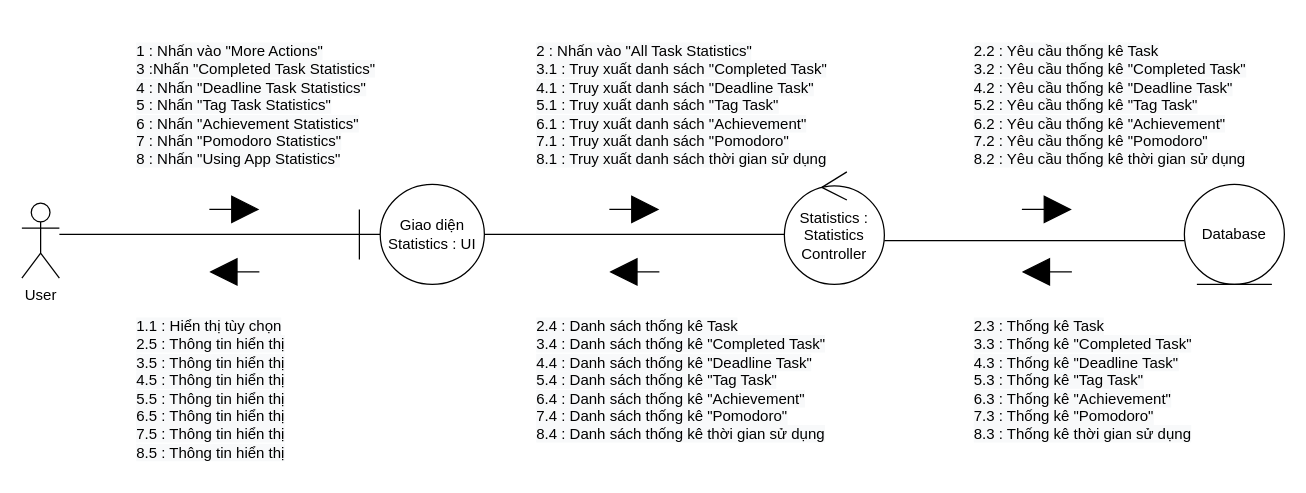
Earlier version of the draw.io diagram ToDoApp-Doc/Document/Diagram/Collaboration Diagram/Statistics/Statistics_CollaborationDiagram.drawio (Merevoli-DatLuu/To-Do-App). Source tidied: cells renumbered, new cells numbered last; positions are measured from the earlier drawing's top-left corner, leaving out a move shared by most shapes. Both pictures are drawn from the tidied source at 125%, with x=0, y=0 at pixel (21, 34).
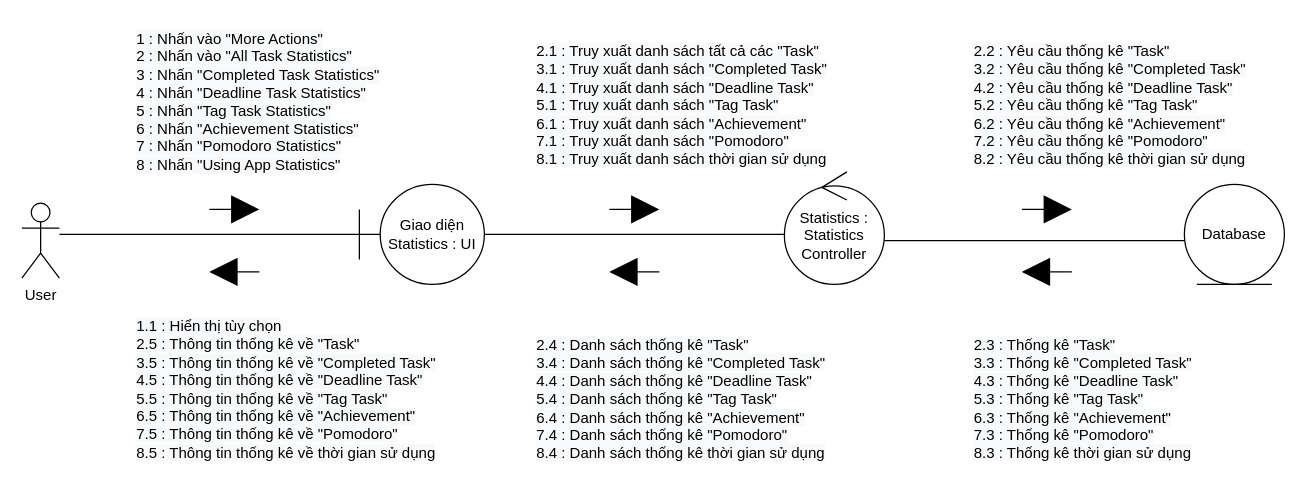
After the change.

Commit message:
[Modified] : Statistics_CollaborationDiagram

What changed in the source:
```diff
@@
-    <mxCell id="16" value="&lt;span style=&quot;color: rgb(0 , 0 , 0) ; font-family: &amp;#34;helvetica&amp;#34; ; font-size: 12px ; font-style: normal ; font-weight: 400 ; letter-spacing: normal ; text-indent: 0px ; text-transform: none ; word-spacing: 0px ; background-color: rgb(248 , 249 , 250) ; display: inline ; float: none&quot;&gt;1 : Nhấn vào &quot;More Actions&quot;&lt;br&gt;&lt;span style=&quot;font-family: &amp;#34;helvetica&amp;#34;&quot;&gt;3 :Nhấn &quot;Completed Task Statistics&quot;&lt;br&gt;&lt;/span&gt;&lt;span style=&quot;font-family: &amp;#34;helvetica&amp;#34;&quot;&gt;4 : Nhấn &quot;Deadline Task Statistics&quot;&lt;br&gt;&lt;/span&gt;&lt;span style=&quot;font-family: &amp;#34;helvetica&amp;#34;&quot;&gt;5 : Nhấn &quot;Tag Task Statistics&quot;&lt;br&gt;&lt;/span&gt;&lt;span style=&quot;font-family: &amp;#34;helvetica&amp;#34;&quot;&gt;6 : Nhấn &quot;Achievement Statistics&quot;&lt;br&gt;&lt;/span&gt;&lt;span style=&quot;font-family: &amp;#34;helvetica&amp;#34;&quot;&gt;7 : Nhấn &quot;Pomodoro Statistics&quot;&lt;br&gt;&lt;/span&gt;&lt;span style=&quot;font-family: &amp;#34;helvetica&amp;#34;&quot;&gt;8 : Nhấn &quot;Using App Statistics&quot;&lt;/span&gt;&lt;br&gt;&lt;/span&gt;" style="text;whiteSpace=wrap;html=1;" parent="1" vertex="1">
-      <mxGeometry x="90" width="200" height="100" as="geometry" />
+    <mxCell id="16" value="&lt;span style=&quot;color: rgb(0 , 0 , 0) ; font-family: &amp;#34;helvetica&amp;#34; ; font-size: 12px ; font-style: normal ; font-weight: 400 ; letter-spacing: normal ; text-indent: 0px ; text-transform: none ; word-spacing: 0px ; background-color: rgb(248 , 249 , 250) ; display: inline ; float: none&quot;&gt;1 : Nhấn vào &quot;More Actions&quot;&lt;br&gt;2 : Nhấn vào &quot;All Task Statistics&quot;&lt;br&gt;&lt;span style=&quot;font-family: &amp;#34;helvetica&amp;#34;&quot;&gt;3 : Nhấn &quot;Completed Task Statistics&quot;&lt;br&gt;&lt;/span&gt;&lt;span style=&quot;font-family: &amp;#34;helvetica&amp;#34;&quot;&gt;4 : Nhấn &quot;Deadline Task Statistics&quot;&lt;br&gt;&lt;/span&gt;&lt;span style=&quot;font-family: &amp;#34;helvetica&amp;#34;&quot;&gt;5 : Nhấn &quot;Tag Task Statistics&quot;&lt;br&gt;&lt;/span&gt;&lt;span style=&quot;font-family: &amp;#34;helvetica&amp;#34;&quot;&gt;6 : Nhấn &quot;Achievement Statistics&quot;&lt;br&gt;&lt;/span&gt;&lt;span style=&quot;font-family: &amp;#34;helvetica&amp;#34;&quot;&gt;7 : Nhấn &quot;Pomodoro Statistics&quot;&lt;br&gt;&lt;/span&gt;&lt;span style=&quot;font-family: &amp;#34;helvetica&amp;#34;&quot;&gt;8 : Nhấn &quot;Using App Statistics&quot;&lt;/span&gt;&lt;br&gt;&lt;/span&gt;" style="text;whiteSpace=wrap;html=1;" parent="1" vertex="1">
+      <mxGeometry x="90" y="-10" width="200" height="120" as="geometry" />
     </mxCell>
-    <mxCell id="17" value="&lt;span style=&quot;color: rgb(0 , 0 , 0) ; font-family: &amp;#34;helvetica&amp;#34; ; font-size: 12px ; font-style: normal ; font-weight: 400 ; letter-spacing: normal ; text-indent: 0px ; text-transform: none ; word-spacing: 0px ; background-color: rgb(248 , 249 , 250) ; display: inline ; float: none&quot;&gt;1.1 : Hiển thị tùy chọn&lt;br&gt;&lt;span style=&quot;font-family: &amp;#34;helvetica&amp;#34;&quot;&gt;2.5 : Thông tin hiển thị&lt;br&gt;&lt;/span&gt;&lt;span style=&quot;font-family: &amp;#34;helvetica&amp;#34;&quot;&gt;3.5 : Thông tin hiển thị&lt;br&gt;&lt;/span&gt;&lt;span style=&quot;font-family: &amp;#34;helvetica&amp;#34;&quot;&gt;4.5 : Thông tin hiển thị&lt;br&gt;&lt;/span&gt;&lt;span style=&quot;font-family: &amp;#34;helvetica&amp;#34;&quot;&gt;5.5 : Thông tin hiển thị&lt;br&gt;&lt;/span&gt;&lt;span style=&quot;font-family: &amp;#34;helvetica&amp;#34;&quot;&gt;6.5 : Thông tin hiển thị&lt;br&gt;&lt;/span&gt;&lt;span style=&quot;font-family: &amp;#34;helvetica&amp;#34;&quot;&gt;7.5 : Thông tin hiển thị&lt;br&gt;&lt;/span&gt;&lt;span style=&quot;font-family: &amp;#34;helvetica&amp;#34;&quot;&gt;8.5 : Thông tin hiển thị&lt;/span&gt;&lt;br&gt;&lt;/span&gt;" style="text;whiteSpace=wrap;html=1;" parent="1" vertex="1">
-      <mxGeometry x="90" y="220" width="130" height="120" as="geometry" />
+    <mxCell id="17" value="&lt;span style=&quot;color: rgb(0 , 0 , 0) ; font-family: &amp;#34;helvetica&amp;#34; ; font-size: 12px ; font-style: normal ; font-weight: 400 ; letter-spacing: normal ; text-indent: 0px ; text-transform: none ; word-spacing: 0px ; background-color: rgb(248 , 249 , 250) ; display: inline ; float: none&quot;&gt;1.1 : Hiển thị tùy chọn&lt;br&gt;&lt;span style=&quot;font-family: &amp;#34;helvetica&amp;#34;&quot;&gt;2.5 : Thông tin thống kê về &quot;Task&quot;&lt;br&gt;&lt;/span&gt;&lt;span style=&quot;font-family: &amp;#34;helvetica&amp;#34;&quot;&gt;3.5 : Thông tin thống kê về &quot;Completed Task&quot;&lt;br&gt;&lt;/span&gt;&lt;span style=&quot;font-family: &amp;#34;helvetica&amp;#34;&quot;&gt;4.5 : Thông tin&amp;nbsp;&lt;/span&gt;thống kê về &quot;Deadline Task&quot;&lt;span style=&quot;font-family: &amp;#34;helvetica&amp;#34;&quot;&gt;&lt;br&gt;&lt;/span&gt;&lt;span style=&quot;font-family: &amp;#34;helvetica&amp;#34;&quot;&gt;5.5 : Thông tin&amp;nbsp;&lt;/span&gt;thống kê về &quot;Tag Task&quot;&lt;span style=&quot;font-family: &amp;#34;helvetica&amp;#34;&quot;&gt;&lt;br&gt;&lt;/span&gt;&lt;span style=&quot;font-family: &amp;#34;helvetica&amp;#34;&quot;&gt;6.5 : Thông tin&amp;nbsp;&lt;/span&gt;thống kê về &quot;Achievement&quot;&lt;span style=&quot;font-family: &amp;#34;helvetica&amp;#34;&quot;&gt;&lt;br&gt;&lt;/span&gt;&lt;span style=&quot;font-family: &amp;#34;helvetica&amp;#34;&quot;&gt;7.5 : Thông tin&amp;nbsp;&lt;/span&gt;thống kê về &quot;Pomodoro&quot;&lt;span style=&quot;font-family: &amp;#34;helvetica&amp;#34;&quot;&gt;&lt;br&gt;&lt;/span&gt;&lt;span style=&quot;font-family: &amp;#34;helvetica&amp;#34;&quot;&gt;8.5 : Thông tin&amp;nbsp;&lt;/span&gt;thống kê về thời gian sử dụng&lt;br&gt;&lt;/span&gt;" style="text;whiteSpace=wrap;html=1;" parent="1" vertex="1">
+      <mxGeometry x="90" y="220" width="250" height="130" as="geometry" />
     </mxCell>
-    <mxCell id="18" value="&lt;span style=&quot;color: rgb(0 , 0 , 0) ; font-family: &amp;#34;helvetica&amp;#34; ; font-size: 12px ; font-style: normal ; font-weight: 400 ; letter-spacing: normal ; text-indent: 0px ; text-transform: none ; word-spacing: 0px ; background-color: rgb(248 , 249 , 250) ; display: inline ; float: none&quot;&gt;2 : Nhấn vào &quot;All Task Statistics&quot;&lt;br&gt;&lt;span&gt;3.1 : Truy xuất danh sách &quot;Completed Task&quot;&lt;br&gt;&lt;/span&gt;&lt;span&gt;4.1 : Truy xuất danh sách &quot;Deadline Task&quot;&lt;br&gt;&lt;/span&gt;&lt;span&gt;5.1 : Truy xuất danh sách &quot;Tag Task&quot;&lt;br&gt;&lt;/span&gt;&lt;span&gt;6.1 : Truy xuất danh sách &quot;Achievement&quot;&lt;br&gt;&lt;/span&gt;&lt;span&gt;7.1 : Truy xuất danh sách &quot;Pomodoro&quot;&lt;br&gt;&lt;/span&gt;&lt;span&gt;8.1 : Truy xuất danh sách thời gian sử dụng&lt;/span&gt;&lt;br&gt;&lt;/span&gt;" style="text;whiteSpace=wrap;html=1;" parent="1" vertex="1">
+    <mxCell id="18" value="&lt;span style=&quot;color: rgb(0 , 0 , 0) ; font-family: &amp;#34;helvetica&amp;#34; ; font-size: 12px ; font-style: normal ; font-weight: 400 ; letter-spacing: normal ; text-indent: 0px ; text-transform: none ; word-spacing: 0px ; background-color: rgb(248 , 249 , 250) ; display: inline ; float: none&quot;&gt;2.1 : Truy xuất danh sách tất cả các &quot;Task&quot;&lt;br&gt;&lt;span&gt;3.1 : Truy xuất danh sách &quot;Completed Task&quot;&lt;br&gt;&lt;/span&gt;&lt;span&gt;4.1 : Truy xuất danh sách &quot;Deadline Task&quot;&lt;br&gt;&lt;/span&gt;&lt;span&gt;5.1 : Truy xuất danh sách &quot;Tag Task&quot;&lt;br&gt;&lt;/span&gt;&lt;span&gt;6.1 : Truy xuất danh sách &quot;Achievement&quot;&lt;br&gt;&lt;/span&gt;&lt;span&gt;7.1 : Truy xuất danh sách &quot;Pomodoro&quot;&lt;br&gt;&lt;/span&gt;&lt;span&gt;8.1 : Truy xuất danh sách thời gian sử dụng&lt;/span&gt;&lt;br&gt;&lt;/span&gt;" style="text;whiteSpace=wrap;html=1;" parent="1" vertex="1">
       <mxGeometry x="410" width="240" height="100" as="geometry" />
     </mxCell>
-    <mxCell id="19" value="&lt;span style=&quot;color: rgb(0 , 0 , 0) ; font-family: &amp;#34;helvetica&amp;#34; ; font-size: 12px ; font-style: normal ; font-weight: 400 ; letter-spacing: normal ; text-indent: 0px ; text-transform: none ; word-spacing: 0px ; background-color: rgb(248 , 249 , 250) ; display: inline ; float: none&quot;&gt;2.2 : Yêu cầu thống kê Task&lt;br&gt;&lt;span style=&quot;font-family: &amp;#34;helvetica&amp;#34;&quot;&gt;3.2 : Yêu cầu thống kê &quot;Completed Task&quot;&lt;br&gt;&lt;/span&gt;&lt;span style=&quot;font-family: &amp;#34;helvetica&amp;#34;&quot;&gt;4.2 : Yêu cầu thống kê &quot;Deadline Task&quot;&lt;br&gt;&lt;/span&gt;&lt;span style=&quot;font-family: &amp;#34;helvetica&amp;#34;&quot;&gt;5.2 : Yêu cầu thống kê &quot;Tag Task&quot;&lt;br&gt;&lt;/span&gt;&lt;span style=&quot;font-family: &amp;#34;helvetica&amp;#34;&quot;&gt;6.2 : Yêu cầu thống kê &quot;Achievement&quot;&lt;br&gt;&lt;/span&gt;&lt;span style=&quot;font-family: &amp;#34;helvetica&amp;#34;&quot;&gt;7.2 : Yêu cầu thống kê &quot;Pomodoro&quot;&lt;br&gt;&lt;/span&gt;&lt;span style=&quot;font-family: &amp;#34;helvetica&amp;#34;&quot;&gt;8.2 : Yêu cầu thống kê thời gian sử dụng&lt;/span&gt;&lt;br&gt;&lt;/span&gt;" style="text;whiteSpace=wrap;html=1;" parent="1" vertex="1">
+    <mxCell id="19" value="&lt;span style=&quot;color: rgb(0 , 0 , 0) ; font-family: &amp;#34;helvetica&amp;#34; ; font-size: 12px ; font-style: normal ; font-weight: 400 ; letter-spacing: normal ; text-indent: 0px ; text-transform: none ; word-spacing: 0px ; background-color: rgb(248 , 249 , 250) ; display: inline ; float: none&quot;&gt;2.2 : Yêu cầu thống kê &quot;Task&quot;&lt;br&gt;&lt;span style=&quot;font-family: &amp;#34;helvetica&amp;#34;&quot;&gt;3.2 : Yêu cầu thống kê &quot;Completed Task&quot;&lt;br&gt;&lt;/span&gt;&lt;span style=&quot;font-family: &amp;#34;helvetica&amp;#34;&quot;&gt;4.2 : Yêu cầu thống kê &quot;Deadline Task&quot;&lt;br&gt;&lt;/span&gt;&lt;span style=&quot;font-family: &amp;#34;helvetica&amp;#34;&quot;&gt;5.2 : Yêu cầu thống kê &quot;Tag Task&quot;&lt;br&gt;&lt;/span&gt;&lt;span style=&quot;font-family: &amp;#34;helvetica&amp;#34;&quot;&gt;6.2 : Yêu cầu thống kê &quot;Achievement&quot;&lt;br&gt;&lt;/span&gt;&lt;span style=&quot;font-family: &amp;#34;helvetica&amp;#34;&quot;&gt;7.2 : Yêu cầu thống kê &quot;Pomodoro&quot;&lt;br&gt;&lt;/span&gt;&lt;span style=&quot;font-family: &amp;#34;helvetica&amp;#34;&quot;&gt;8.2 : Yêu cầu thống kê thời gian sử dụng&lt;/span&gt;&lt;br&gt;&lt;/span&gt;" style="text;whiteSpace=wrap;html=1;" parent="1" vertex="1">
       <mxGeometry x="760" width="230" height="100" as="geometry" />
     </mxCell>
-    <mxCell id="20" value="&lt;span style=&quot;color: rgb(0 , 0 , 0) ; font-family: &amp;#34;helvetica&amp;#34; ; font-size: 12px ; font-style: normal ; font-weight: 400 ; letter-spacing: normal ; text-indent: 0px ; text-transform: none ; word-spacing: 0px ; background-color: rgb(248 , 249 , 250) ; display: inline ; float: none&quot;&gt;2.3 : Thống kê Task&lt;br&gt;&lt;span style=&quot;font-family: &amp;#34;helvetica&amp;#34;&quot;&gt;3.3 : Thống kê &quot;Completed Task&quot;&lt;br&gt;&lt;/span&gt;&lt;span style=&quot;font-family: &amp;#34;helvetica&amp;#34;&quot;&gt;4.3 : Thống kê &quot;Deadline Task&quot;&lt;br&gt;&lt;/span&gt;&lt;span style=&quot;font-family: &amp;#34;helvetica&amp;#34;&quot;&gt;5.3 : Thống kê &quot;Tag Task&quot;&lt;br&gt;&lt;/span&gt;&lt;span style=&quot;font-family: &amp;#34;helvetica&amp;#34;&quot;&gt;6.3 : Thống kê &quot;Achievement&quot;&lt;br&gt;&lt;/span&gt;&lt;span style=&quot;font-family: &amp;#34;helvetica&amp;#34;&quot;&gt;7.3 : Thống kê &quot;Pomodoro&quot;&lt;br&gt;&lt;/span&gt;&lt;span style=&quot;font-family: &amp;#34;helvetica&amp;#34;&quot;&gt;8.3 : Thống kê thời gian sử dụng&lt;/span&gt;&lt;br&gt;&lt;/span&gt;" style="text;whiteSpace=wrap;html=1;" parent="1" vertex="1">
-      <mxGeometry x="760" y="220" width="180" height="100" as="geometry" />
+    <mxCell id="20" value="&lt;span style=&quot;color: rgb(0 , 0 , 0) ; font-family: &amp;#34;helvetica&amp;#34; ; font-size: 12px ; font-style: normal ; font-weight: 400 ; letter-spacing: normal ; text-indent: 0px ; text-transform: none ; word-spacing: 0px ; background-color: rgb(248 , 249 , 250) ; display: inline ; float: none&quot;&gt;2.3 : Thống kê &quot;Task&quot;&lt;br&gt;&lt;span style=&quot;font-family: &amp;#34;helvetica&amp;#34;&quot;&gt;3.3 : Thống kê &quot;Completed Task&quot;&lt;br&gt;&lt;/span&gt;&lt;span style=&quot;font-family: &amp;#34;helvetica&amp;#34;&quot;&gt;4.3 : Thống kê &quot;Deadline Task&quot;&lt;br&gt;&lt;/span&gt;&lt;span style=&quot;font-family: &amp;#34;helvetica&amp;#34;&quot;&gt;5.3 : Thống kê &quot;Tag Task&quot;&lt;br&gt;&lt;/span&gt;&lt;span style=&quot;font-family: &amp;#34;helvetica&amp;#34;&quot;&gt;6.3 : Thống kê &quot;Achievement&quot;&lt;br&gt;&lt;/span&gt;&lt;span style=&quot;font-family: &amp;#34;helvetica&amp;#34;&quot;&gt;7.3 : Thống kê &quot;Pomodoro&quot;&lt;br&gt;&lt;/span&gt;&lt;span style=&quot;font-family: &amp;#34;helvetica&amp;#34;&quot;&gt;8.3 : Thống kê thời gian sử dụng&lt;/span&gt;&lt;br&gt;&lt;/span&gt;" style="text;whiteSpace=wrap;html=1;" parent="1" vertex="1">
+      <mxGeometry x="760" y="235" width="180" height="100" as="geometry" />
     </mxCell>
-    <mxCell id="21" value="&lt;span style=&quot;color: rgb(0 , 0 , 0) ; font-family: &amp;#34;helvetica&amp;#34; ; font-size: 12px ; font-style: normal ; font-weight: 400 ; letter-spacing: normal ; text-indent: 0px ; text-transform: none ; word-spacing: 0px ; background-color: rgb(248 , 249 , 250) ; display: inline ; float: none&quot;&gt;2.4 : Danh sách thống kê Task&lt;br&gt;3.4 :&amp;nbsp;Danh sách thống kê &quot;Completed Task&quot;&lt;br&gt;4.4 : Danh sách thống kê &quot;Deadline Task&quot;&lt;br&gt;5.4 : Danh sách thống kê &quot;Tag Task&quot;&lt;br&gt;6.4 : Danh sách thống kê &quot;Achievement&quot;&lt;br&gt;7.4 : Danh sách thống kê &quot;Pomodoro&quot;&lt;br&gt;8.4 : Danh sách thống kê thời gian sử dụng&lt;br&gt;&lt;/span&gt;" style="text;whiteSpace=wrap;html=1;" parent="1" vertex="1">
-      <mxGeometry x="410" y="220" width="240" height="100" as="geometry" />
+    <mxCell id="21" value="&lt;span style=&quot;color: rgb(0 , 0 , 0) ; font-family: &amp;#34;helvetica&amp;#34; ; font-size: 12px ; font-style: normal ; font-weight: 400 ; letter-spacing: normal ; text-indent: 0px ; text-transform: none ; word-spacing: 0px ; background-color: rgb(248 , 249 , 250) ; display: inline ; float: none&quot;&gt;2.4 : Danh sách thống kê &quot;Task&quot;&lt;br&gt;3.4 :&amp;nbsp;Danh sách thống kê &quot;Completed Task&quot;&lt;br&gt;4.4 : Danh sách thống kê &quot;Deadline Task&quot;&lt;br&gt;5.4 : Danh sách thống kê &quot;Tag Task&quot;&lt;br&gt;6.4 : Danh sách thống kê &quot;Achievement&quot;&lt;br&gt;7.4 : Danh sách thống kê &quot;Pomodoro&quot;&lt;br&gt;8.4 : Danh sách thống kê thời gian sử dụng&lt;br&gt;&lt;/span&gt;" style="text;whiteSpace=wrap;html=1;" parent="1" vertex="1">
+      <mxGeometry x="410" y="235" width="240" height="100" as="geometry" />
     </mxCell>
```
